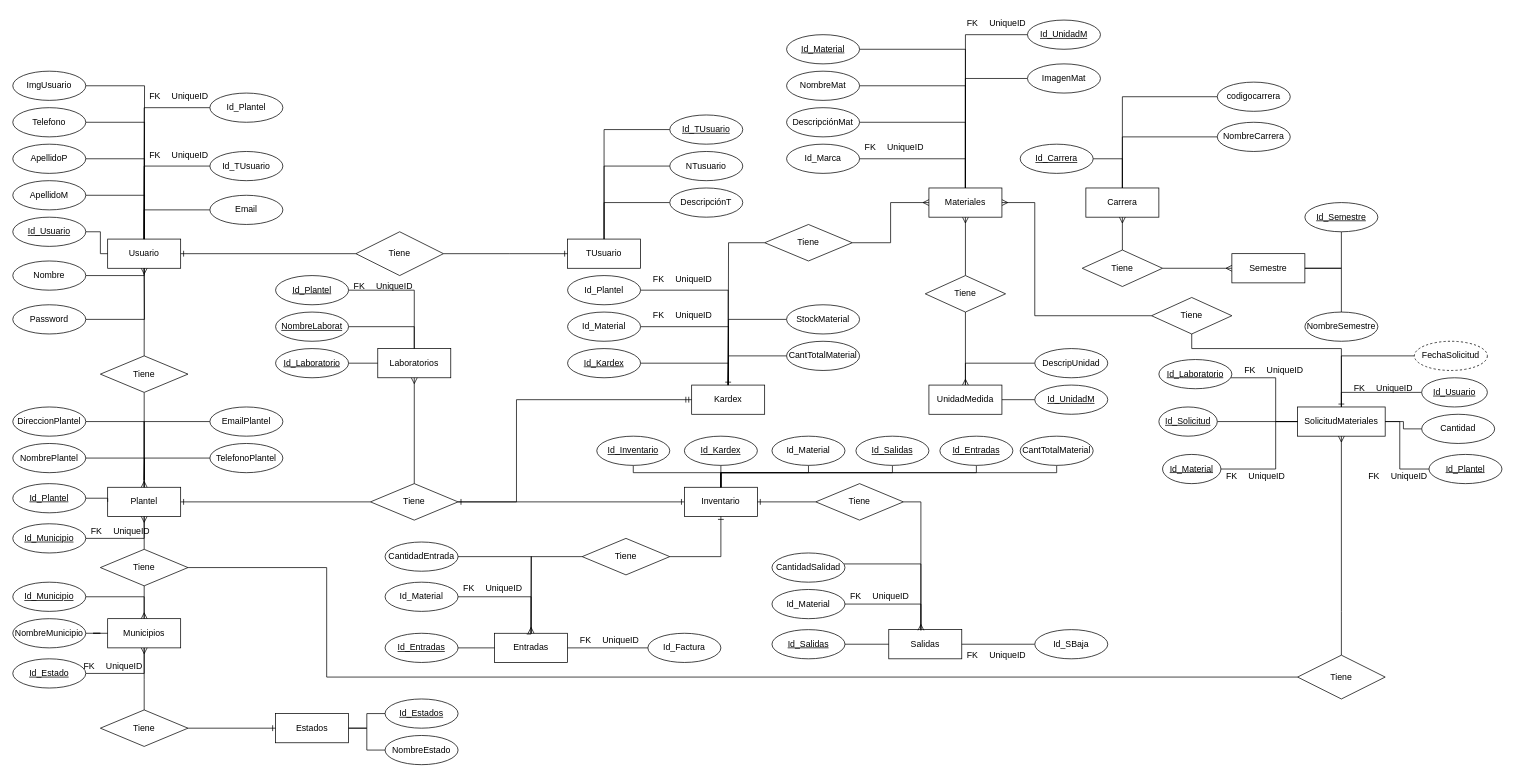
JlchavezG/ContruccionBd keeps this draw.io diagram as page "Modelo_Entidad_Relacion" (1 of 2) of Diagrama sin título.drawio. Above is the earlier version. Source tidied: cells renumbered, new cells numbered last; positions are measured from the earlier drawing's top-left corner, leaving out a move shared by most shapes. Both pictures are drawn from the tidied source at 73%, with x=0, y=0 at pixel (12, 12).
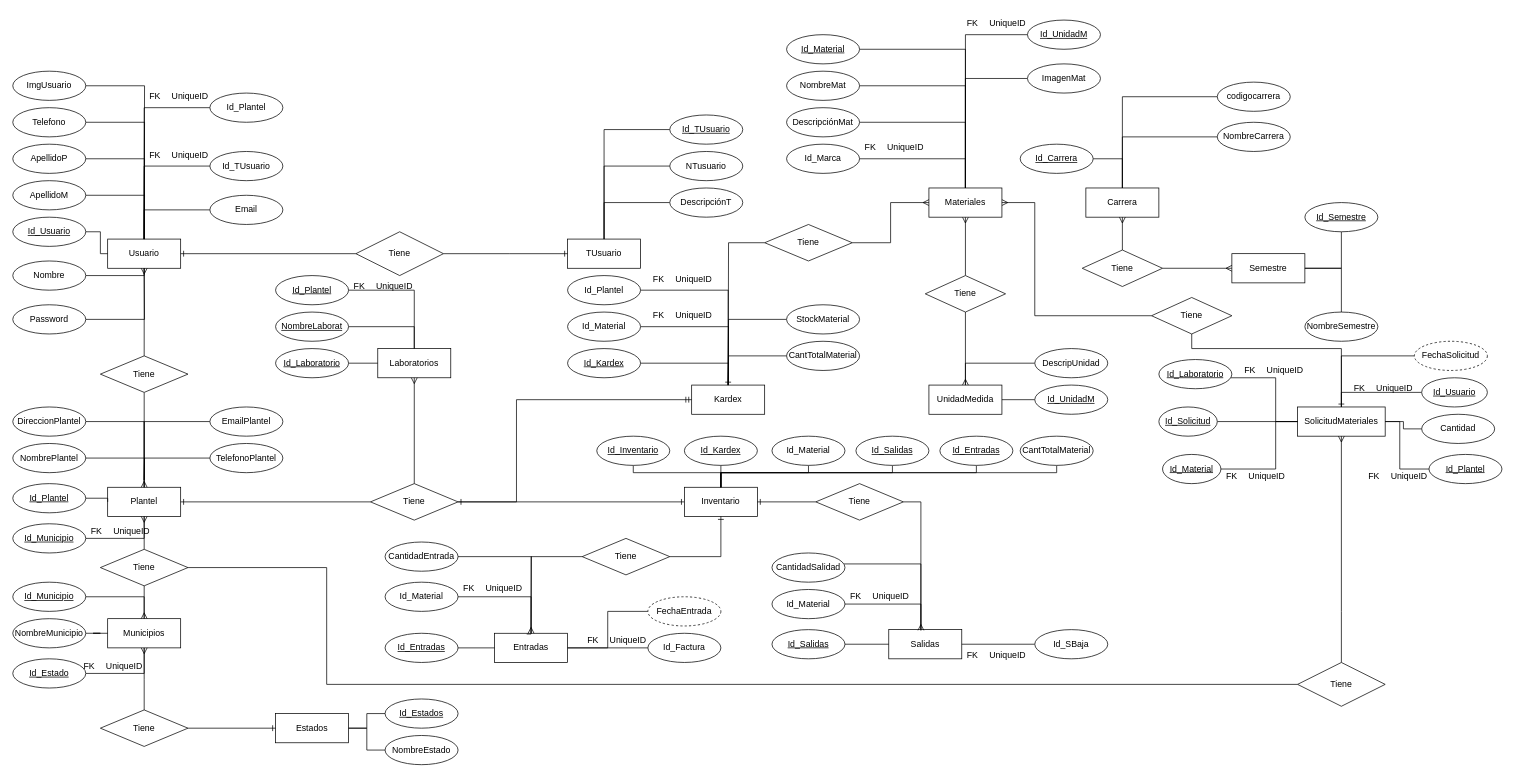
The same page after the edit.

Unchanged cells that the change refers to:
```xml
<mxCell id="115" value="Entradas" style="whiteSpace=wrap;html=1;align=center;" parent="1" vertex="1">
  <mxGeometry x="660" y="850" width="100" height="40" as="geometry" />
</mxCell>
<mxCell id="186" value="Tiene" style="shape=rhombus;perimeter=rhombusPerimeter;whiteSpace=wrap;html=1;align=center;" parent="1" vertex="1">
  <mxGeometry x="120" y="735" width="120" height="50" as="geometry" />
</mxCell>
```

Diff of the diagram source:
```diff
@@
     <mxCell id="124" style="shape=table;startSize=0;childLayout=tableLayout;rowLines=0;fontStyle=0;align=center;strokeColor=none;fillColor=none;" parent="1" vertex="1">
-      <mxGeometry x="770" y="840" width="180" height="40" as="geometry" />
+      <mxGeometry x="780" y="840" width="180" height="40" as="geometry" />
     </mxCell>
@@
     <mxCell id="252" style="edgeStyle=orthogonalEdgeStyle;rounded=0;jettySize=auto;html=1;entryX=1;entryY=0.5;entryDx=0;entryDy=0;endArrow=none;endFill=0;" parent="1" edge="1" source="254" target="186">
       <mxGeometry relative="1" as="geometry">
         <Array as="points">
-          <mxPoint x="430" y="910" />
+          <mxPoint x="430" y="920" />
           <mxPoint x="430" y="760" />
         </Array>
       </mxGeometry>
     </mxCell>
@@
     <mxCell id="254" value="Tiene" style="shape=rhombus;perimeter=rhombusPerimeter;whiteSpace=wrap;html=1;align=center;" parent="1" vertex="1">
-      <mxGeometry x="1760" y="880" width="120" height="60" as="geometry" />
+      <mxGeometry x="1760" y="890" width="120" height="60" as="geometry" />
     </mxCell>
+    <mxCell id="255" style="edgeStyle=orthogonalEdgeStyle;rounded=0;jettySize=auto;html=1;entryX=1;entryY=0.5;entryDx=0;entryDy=0;endArrow=none;endFill=0;" parent="1" edge="1" source="256" target="115">
+      <mxGeometry relative="1" as="geometry" />
+    </mxCell>
+    <mxCell id="256" value="FechaEntrada" style="ellipse;whiteSpace=wrap;html=1;align=center;dashed=1;" parent="1" vertex="1">
+      <mxGeometry x="870" y="800" width="100" height="40" as="geometry" />
+    </mxCell>
```
